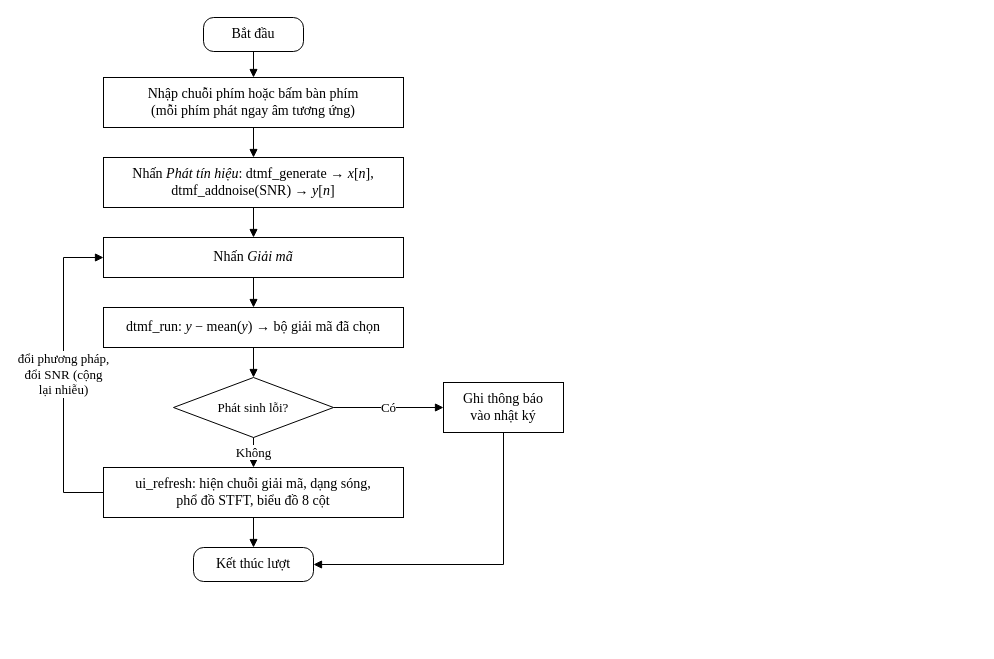
Above: report/template/Figures/drawio/SD_luu_do_ung_dung.drawio in AIVIETNAM-AIO-DoHongNhat/DTMF (draw.io), before the change. Source tidied: cells renumbered, new cells numbered last; positions are measured from the earlier drawing's top-left corner, leaving out a move shared by most shapes. Both pictures are drawn from the tidied source at 100%, with x=0, y=0 at pixel (63, 17).
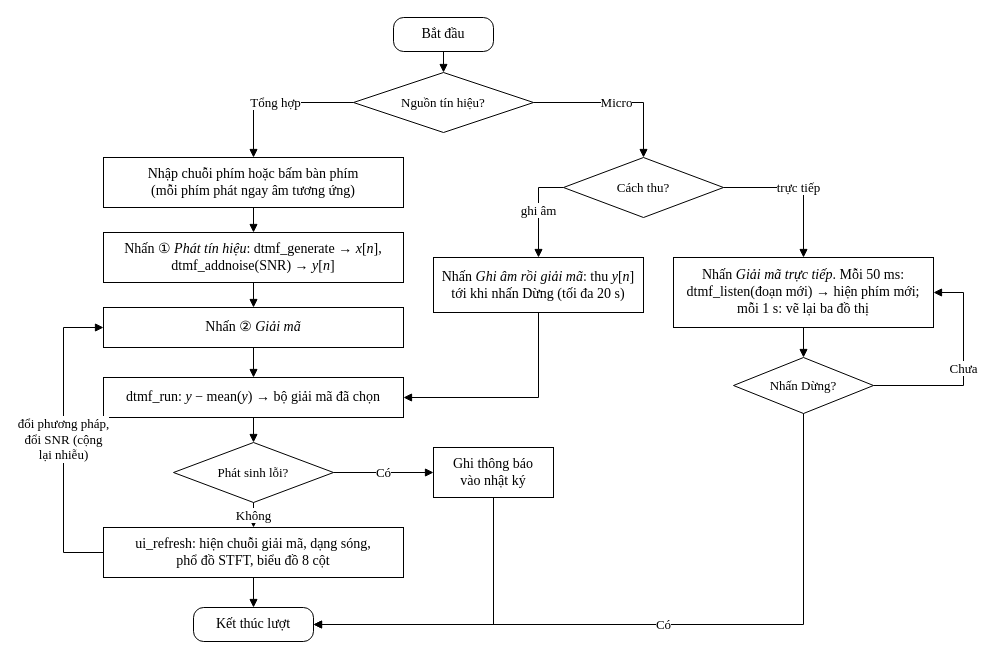
The same diagram, later.

What changed in the source:
```diff
@@
     <mxCell id="2" value="Bắt đầu" style="rounded=1;arcSize=30;whiteSpace=wrap;html=1;strokeColor=#000000;fillColor=#FFFFFF;strokeWidth=1;fontSize=14;fontFamily=Times New Roman;fontColor=#000000;" parent="1" vertex="1">
-      <mxGeometry x="140" width="100" height="34" as="geometry" />
+      <mxGeometry x="330" width="100" height="34" as="geometry" />
     </mxCell>
+    <mxCell id="21" value="Nguồn tín hiệu?" style="rhombus;whiteSpace=wrap;html=1;strokeColor=#000000;fillColor=#FFFFFF;strokeWidth=1;fontSize=13;fontFamily=Times New Roman;fontColor=#000000;" parent="1" vertex="1">
+      <mxGeometry x="290" y="55" width="180" height="60" as="geometry" />
+    </mxCell>
     <mxCell id="3" value="Nhập chuỗi phím hoặc bấm bàn phím&lt;br&gt;(mỗi phím phát ngay âm tương ứng)" style="rounded=0;whiteSpace=wrap;html=1;strokeColor=#000000;fillColor=#FFFFFF;strokeWidth=1;fontSize=14;fontFamily=Times New Roman;fontColor=#000000;" parent="1" vertex="1">
-      <mxGeometry x="40" y="60" width="300" height="50" as="geometry" />
+      <mxGeometry x="40" y="140" width="300" height="50" as="geometry" />
     </mxCell>
-    <mxCell id="4" value="Nhấn &lt;i&gt;Phát tín hiệu&lt;/i&gt;: dtmf_generate → &lt;i&gt;x&lt;/i&gt;[&lt;i&gt;n&lt;/i&gt;],&lt;br&gt;dtmf_addnoise(SNR) → &lt;i&gt;y&lt;/i&gt;[&lt;i&gt;n&lt;/i&gt;]" style="rounded=0;whiteSpace=wrap;html=1;strokeColor=#000000;fillColor=#FFFFFF;strokeWidth=1;fontSize=14;fontFamily=Times New Roman;fontColor=#000000;" parent="1" vertex="1">
-      <mxGeometry x="40" y="140" width="300" height="50" as="geometry" />
+    <mxCell id="4" value="Nhấn ① &lt;i&gt;Phát tín hiệu&lt;/i&gt;: dtmf_generate → &lt;i&gt;x&lt;/i&gt;[&lt;i&gt;n&lt;/i&gt;],&lt;br&gt;dtmf_addnoise(SNR) → &lt;i&gt;y&lt;/i&gt;[&lt;i&gt;n&lt;/i&gt;]" style="rounded=0;whiteSpace=wrap;html=1;strokeColor=#000000;fillColor=#FFFFFF;strokeWidth=1;fontSize=14;fontFamily=Times New Roman;fontColor=#000000;" parent="1" vertex="1">
+      <mxGeometry x="40" y="215" width="300" height="50" as="geometry" />
     </mxCell>
-    <mxCell id="5" value="Nhấn &lt;i&gt;Giải mã&lt;/i&gt;" style="rounded=0;whiteSpace=wrap;html=1;strokeColor=#000000;fillColor=#FFFFFF;strokeWidth=1;fontSize=14;fontFamily=Times New Roman;fontColor=#000000;" parent="1" vertex="1">
-      <mxGeometry x="40" y="220" width="300" height="40" as="geometry" />
+    <mxCell id="5" value="Nhấn ② &lt;i&gt;Giải mã&lt;/i&gt;" style="rounded=0;whiteSpace=wrap;html=1;strokeColor=#000000;fillColor=#FFFFFF;strokeWidth=1;fontSize=14;fontFamily=Times New Roman;fontColor=#000000;" parent="1" vertex="1">
+      <mxGeometry x="40" y="290" width="300" height="40" as="geometry" />
     </mxCell>
     <mxCell id="6" value="dtmf_run: &lt;i&gt;y&lt;/i&gt; − mean(&lt;i&gt;y&lt;/i&gt;) → bộ giải mã đã chọn" style="rounded=0;whiteSpace=wrap;html=1;strokeColor=#000000;fillColor=#FFFFFF;strokeWidth=1;fontSize=14;fontFamily=Times New Roman;fontColor=#000000;" parent="1" vertex="1">
-      <mxGeometry x="40" y="290" width="300" height="40" as="geometry" />
+      <mxGeometry x="40" y="360" width="300" height="40" as="geometry" />
     </mxCell>
     <mxCell id="7" value="Phát sinh lỗi?" style="rhombus;whiteSpace=wrap;html=1;strokeColor=#000000;fillColor=#FFFFFF;strokeWidth=1;fontSize=13;fontFamily=Times New Roman;fontColor=#000000;" parent="1" vertex="1">
-      <mxGeometry x="110" y="360" width="160" height="60" as="geometry" />
+      <mxGeometry x="110" y="425" width="160" height="60" as="geometry" />
     </mxCell>
     <mxCell id="8" value="ui_refresh: hiện chuỗi giải mã, dạng sóng,&lt;br&gt;phổ đồ STFT, biểu đồ 8 cột" style="rounded=0;whiteSpace=wrap;html=1;strokeColor=#000000;fillColor=#FFFFFF;strokeWidth=1;fontSize=14;fontFamily=Times New Roman;fontColor=#000000;" parent="1" vertex="1">
-      <mxGeometry x="40" y="450" width="300" height="50" as="geometry" />
+      <mxGeometry x="40" y="510" width="300" height="50" as="geometry" />
     </mxCell>
     <mxCell id="9" value="Ghi thông báo&lt;br&gt;vào nhật ký" style="rounded=0;whiteSpace=wrap;html=1;strokeColor=#000000;fillColor=#FFFFFF;strokeWidth=1;fontSize=14;fontFamily=Times New Roman;fontColor=#000000;" parent="1" vertex="1">
-      <mxGeometry x="380" y="365" width="120" height="50" as="geometry" />
+      <mxGeometry x="370" y="430" width="120" height="50" as="geometry" />
     </mxCell>
     <mxCell id="10" value="Kết thúc lượt" style="rounded=1;arcSize=30;whiteSpace=wrap;html=1;strokeColor=#000000;fillColor=#FFFFFF;strokeWidth=1;fontSize=14;fontFamily=Times New Roman;fontColor=#000000;" parent="1" vertex="1">
-      <mxGeometry x="130" y="530" width="120" height="34" as="geometry" />
+      <mxGeometry x="130" y="590" width="120" height="34" as="geometry" />
     </mxCell>
-    <mxCell id="11" style="edgeStyle=orthogonalEdgeStyle;rounded=0;html=1;strokeColor=#000000;strokeWidth=1;endArrow=block;endFill=1;endSize=6;fontSize=13;labelBackgroundColor=#FFFFFF;fontFamily=Times New Roman;fontColor=#000000;" parent="1" edge="1" source="2" target="3">
-      <mxGeometry relative="1" as="geometry" />
-    </mxCell>
+    <mxCell id="22" value="Cách thu?" style="rhombus;whiteSpace=wrap;html=1;strokeColor=#000000;fillColor=#FFFFFF;strokeWidth=1;fontSize=13;fontFamily=Times New Roman;fontColor=#000000;" parent="1" vertex="1">
+      <mxGeometry x="500" y="140" width="160" height="60" as="geometry" />
+    </mxCell>
+    <mxCell id="23" value="Nhấn &lt;i&gt;Ghi âm rồi giải mã&lt;/i&gt;: thu &lt;i&gt;y&lt;/i&gt;[&lt;i&gt;n&lt;/i&gt;]&lt;br&gt;tới khi nhấn Dừng (tối đa 20 s)" style="rounded=0;whiteSpace=wrap;html=1;strokeColor=#000000;fillColor=#FFFFFF;strokeWidth=1;fontSize=14;fontFamily=Times New Roman;fontColor=#000000;" parent="1" vertex="1">
+      <mxGeometry x="370" y="240" width="210" height="55" as="geometry" />
+    </mxCell>
+    <mxCell id="24" value="Nhấn &lt;i&gt;Giải mã trực tiếp&lt;/i&gt;. Mỗi 50 ms:&lt;br&gt;dtmf_listen(đoạn mới) → hiện phím mới;&lt;br&gt;mỗi 1 s: vẽ lại ba đồ thị" style="rounded=0;whiteSpace=wrap;html=1;strokeColor=#000000;fillColor=#FFFFFF;strokeWidth=1;fontSize=14;fontFamily=Times New Roman;fontColor=#000000;" parent="1" vertex="1">
+      <mxGeometry x="610" y="240" width="260" height="70" as="geometry" />
+    </mxCell>
+    <mxCell id="25" value="Nhấn Dừng?" style="rhombus;whiteSpace=wrap;html=1;strokeColor=#000000;fillColor=#FFFFFF;strokeWidth=1;fontSize=13;fontFamily=Times New Roman;fontColor=#000000;" parent="1" vertex="1">
+      <mxGeometry x="670" y="340" width="140" height="56" as="geometry" />
+    </mxCell>
+    <mxCell id="26" style="edgeStyle=orthogonalEdgeStyle;rounded=0;html=1;strokeColor=#000000;strokeWidth=1;endArrow=block;endFill=1;endSize=6;fontSize=13;labelBackgroundColor=#FFFFFF;fontFamily=Times New Roman;fontColor=#000000;" parent="1" edge="1" source="2" target="21">
+      <mxGeometry relative="1" as="geometry" />
+    </mxCell>
+    <mxCell id="27" value="Tổng hợp" style="edgeStyle=orthogonalEdgeStyle;rounded=0;html=1;strokeColor=#000000;strokeWidth=1;endArrow=block;endFill=1;endSize=6;fontSize=13;labelBackgroundColor=#FFFFFF;fontFamily=Times New Roman;fontColor=#000000;exitX=0;exitY=0.5;exitDx=0;exitDy=0;entryX=0.5;entryY=0;entryDx=0;entryDy=0;" parent="1" edge="1" source="21" target="3">
+      <mxGeometry relative="1" as="geometry">
+        <Array as="points">
+          <mxPoint x="190" y="85" />
+        </Array>
+      </mxGeometry>
+    </mxCell>
+    <mxCell id="28" value="Micro" style="edgeStyle=orthogonalEdgeStyle;rounded=0;html=1;strokeColor=#000000;strokeWidth=1;endArrow=block;endFill=1;endSize=6;fontSize=13;labelBackgroundColor=#FFFFFF;fontFamily=Times New Roman;fontColor=#000000;exitX=1;exitY=0.5;exitDx=0;exitDy=0;entryX=0.5;entryY=0;entryDx=0;entryDy=0;" parent="1" edge="1" source="21" target="22">
+      <mxGeometry relative="1" as="geometry">
+        <Array as="points">
+          <mxPoint x="580" y="85" />
+        </Array>
+      </mxGeometry>
+    </mxCell>
@@
     <mxCell id="19" style="edgeStyle=orthogonalEdgeStyle;rounded=0;html=1;strokeColor=#000000;strokeWidth=1;endArrow=block;endFill=1;endSize=6;fontSize=13;labelBackgroundColor=#FFFFFF;fontFamily=Times New Roman;fontColor=#000000;exitX=0.5;exitY=1;exitDx=0;exitDy=0;entryX=1;entryY=0.5;entryDx=0;entryDy=0;" parent="1" edge="1" source="9" target="10">
       <mxGeometry relative="1" as="geometry">
         <Array as="points">
-          <mxPoint x="440" y="547" />
+          <mxPoint x="430" y="607" />
         </Array>
       </mxGeometry>
     </mxCell>
     <mxCell id="20" value="đổi phương pháp,&lt;br&gt;đổi SNR (cộng&lt;br&gt;lại nhiễu)" style="edgeStyle=orthogonalEdgeStyle;rounded=0;html=1;strokeColor=#000000;strokeWidth=1;endArrow=block;endFill=1;endSize=6;fontSize=13;labelBackgroundColor=#FFFFFF;fontFamily=Times New Roman;fontColor=#000000;exitX=0;exitY=0.5;exitDx=0;exitDy=0;entryX=0;entryY=0.5;entryDx=0;entryDy=0;" parent="1" edge="1" source="8" target="5">
       <mxGeometry relative="1" as="geometry">
         <Array as="points">
-          <mxPoint y="475" />
-          <mxPoint y="240" />
+          <mxPoint y="535" />
+          <mxPoint y="310" />
         </Array>
       </mxGeometry>
     </mxCell>
+    <mxCell id="29" value="ghi âm" style="edgeStyle=orthogonalEdgeStyle;rounded=0;html=1;strokeColor=#000000;strokeWidth=1;endArrow=block;endFill=1;endSize=6;fontSize=13;labelBackgroundColor=#FFFFFF;fontFamily=Times New Roman;fontColor=#000000;exitX=0;exitY=0.5;exitDx=0;exitDy=0;entryX=0.5;entryY=0;entryDx=0;entryDy=0;" parent="1" edge="1" source="22" target="23">
+      <mxGeometry relative="1" as="geometry">
+        <Array as="points">
+          <mxPoint x="475" y="170" />
+        </Array>
+      </mxGeometry>
+    </mxCell>
+    <mxCell id="30" style="edgeStyle=orthogonalEdgeStyle;rounded=0;html=1;strokeColor=#000000;strokeWidth=1;endArrow=block;endFill=1;endSize=6;fontSize=13;labelBackgroundColor=#FFFFFF;fontFamily=Times New Roman;fontColor=#000000;exitX=0.5;exitY=1;exitDx=0;exitDy=0;entryX=1;entryY=0.5;entryDx=0;entryDy=0;" parent="1" edge="1" source="23" target="6">
+      <mxGeometry relative="1" as="geometry">
+        <Array as="points">
+          <mxPoint x="475" y="380" />
+        </Array>
+      </mxGeometry>
+    </mxCell>
+    <mxCell id="31" value="trực tiếp" style="edgeStyle=orthogonalEdgeStyle;rounded=0;html=1;strokeColor=#000000;strokeWidth=1;endArrow=block;endFill=1;endSize=6;fontSize=13;labelBackgroundColor=#FFFFFF;fontFamily=Times New Roman;fontColor=#000000;exitX=1;exitY=0.5;exitDx=0;exitDy=0;entryX=0.5;entryY=0;entryDx=0;entryDy=0;" parent="1" edge="1" source="22" target="24">
+      <mxGeometry relative="1" as="geometry">
+        <Array as="points">
+          <mxPoint x="740" y="170" />
+        </Array>
+      </mxGeometry>
+    </mxCell>
+    <mxCell id="32" style="edgeStyle=orthogonalEdgeStyle;rounded=0;html=1;strokeColor=#000000;strokeWidth=1;endArrow=block;endFill=1;endSize=6;fontSize=13;labelBackgroundColor=#FFFFFF;fontFamily=Times New Roman;fontColor=#000000;" parent="1" edge="1" source="24" target="25">
+      <mxGeometry relative="1" as="geometry" />
+    </mxCell>
+    <mxCell id="33" value="Chưa" style="edgeStyle=orthogonalEdgeStyle;rounded=0;html=1;strokeColor=#000000;strokeWidth=1;endArrow=block;endFill=1;endSize=6;fontSize=13;labelBackgroundColor=#FFFFFF;fontFamily=Times New Roman;fontColor=#000000;exitX=1;exitY=0.5;exitDx=0;exitDy=0;entryX=1;entryY=0.5;entryDx=0;entryDy=0;" parent="1" edge="1" source="25" target="24">
+      <mxGeometry relative="1" as="geometry">
+        <Array as="points">
+          <mxPoint x="900" y="368" />
+          <mxPoint x="900" y="275" />
+        </Array>
+      </mxGeometry>
+    </mxCell>
+    <mxCell id="34" value="Có" style="edgeStyle=orthogonalEdgeStyle;rounded=0;html=1;strokeColor=#000000;strokeWidth=1;endArrow=block;endFill=1;endSize=6;fontSize=13;labelBackgroundColor=#FFFFFF;fontFamily=Times New Roman;fontColor=#000000;exitX=0.5;exitY=1;exitDx=0;exitDy=0;entryX=1;entryY=0.5;entryDx=0;entryDy=0;" parent="1" edge="1" source="25" target="10">
+      <mxGeometry relative="1" as="geometry">
+        <Array as="points">
+          <mxPoint x="740" y="607" />
+        </Array>
+      </mxGeometry>
+    </mxCell>
```
